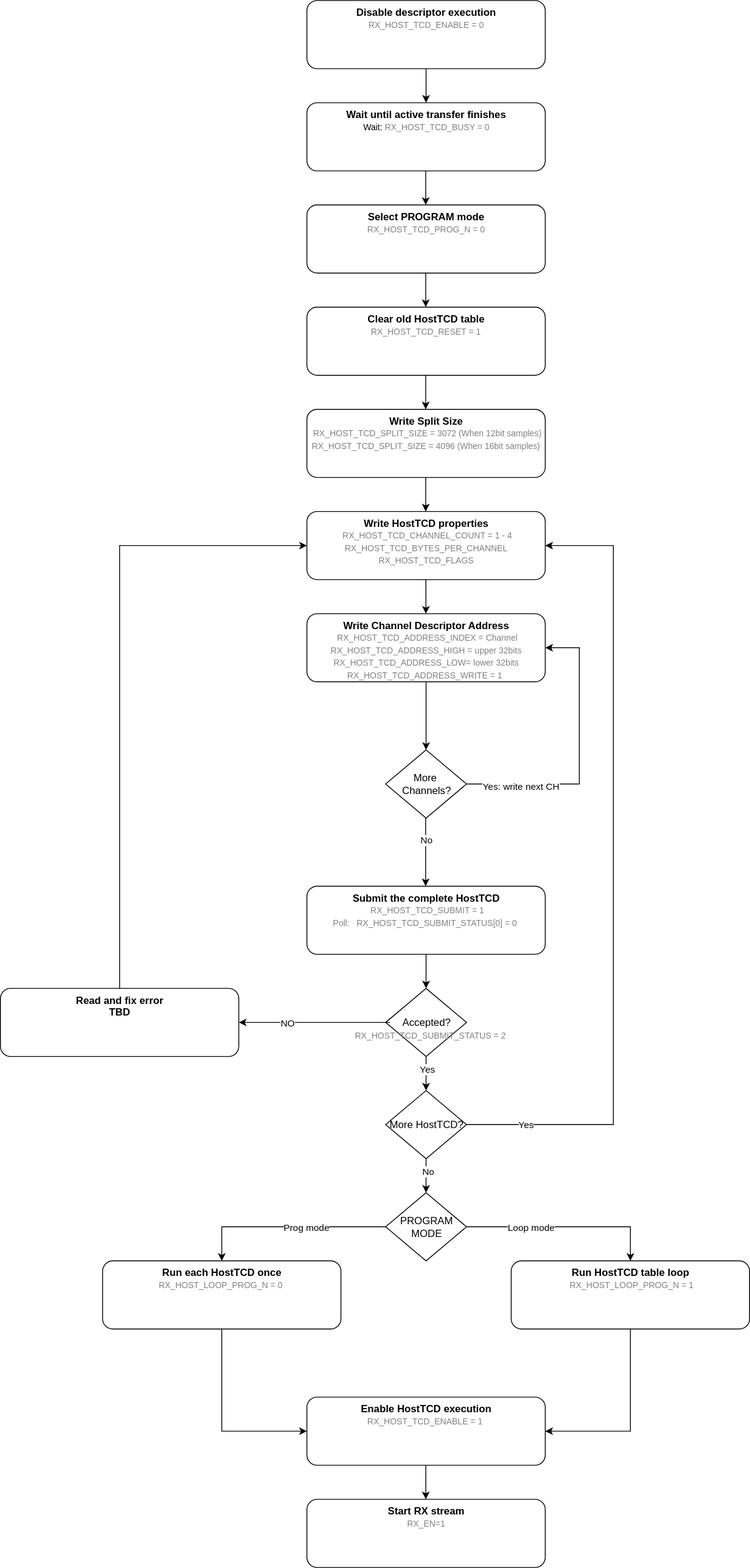
myriadrf/LimeDFB keeps this draw.io diagram as docs/images/host_tcd_rx/HostTCD_RX_submission.drawio.svg. Above is the earlier version. Source tidied: cells renumbered, new cells last; positions are measured from the earlier drawing's top-left corner, leaving out a move shared by most shapes.
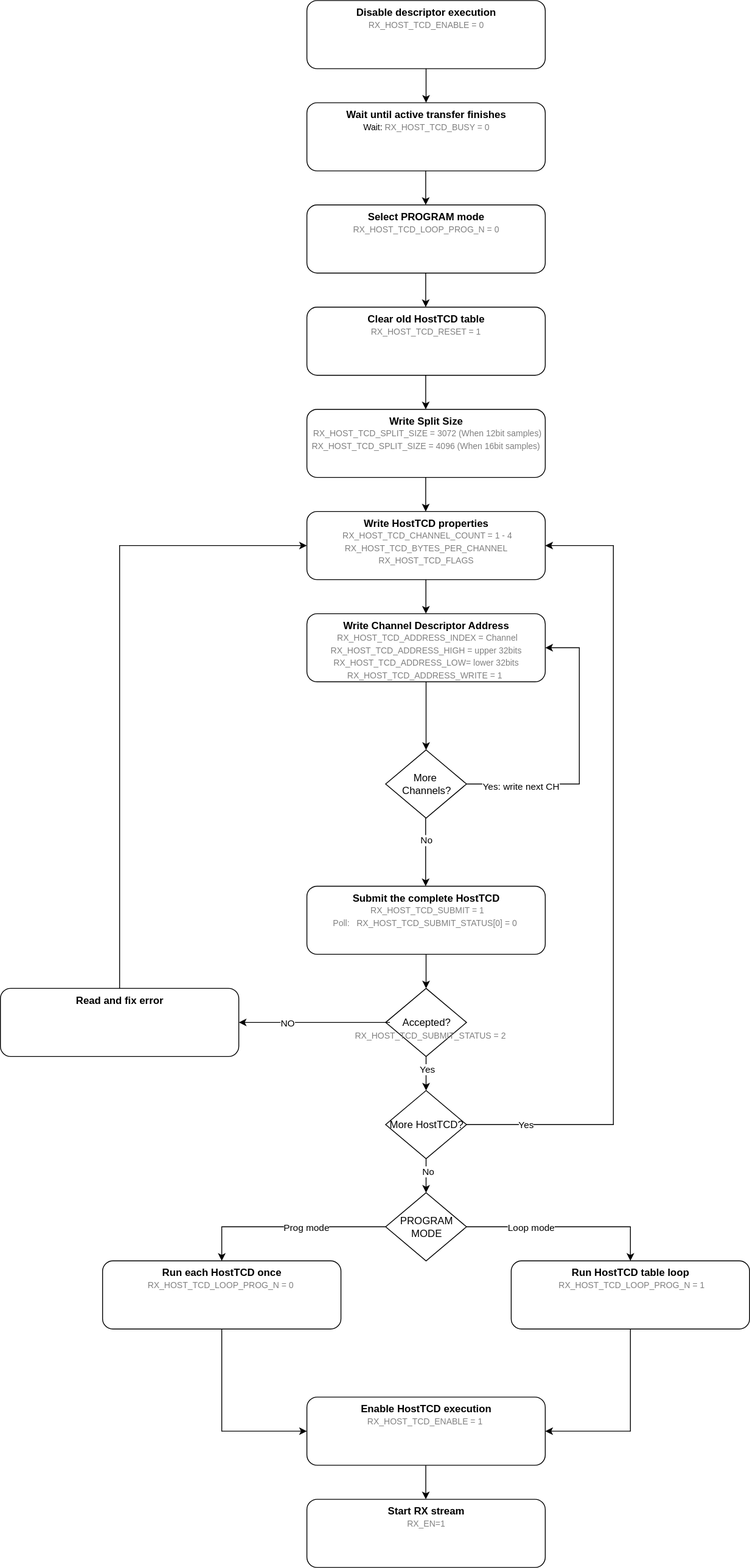
After the change.

Commit message:
docs: updated host_tcd_rx

What changed in the source:
```diff
@@ -8,7 +8,7 @@
     <mxCell id="3" value="&lt;b&gt;Wait until active transfer finishes&lt;/b&gt;&lt;div&gt;&amp;nbsp;&lt;font style=&quot;font-size: 10px;&quot;&gt;Wait:&amp;nbsp;&lt;font style=&quot;color: rgb(128, 128, 128);&quot;&gt;RX_HOST_TCD_BUSY = 0&lt;/font&gt;&amp;nbsp;&lt;/font&gt;&lt;/div&gt;" style="rounded=1;whiteSpace=wrap;html=1;verticalAlign=top;" parent="1" vertex="1">
       <mxGeometry x="360" y="120" width="280" height="80" as="geometry" />
     </mxCell>
-    <mxCell id="4" value="&lt;b&gt;Select PROGRAM mode&lt;/b&gt;&lt;div&gt;&lt;font style=&quot;font-size: 10px;&quot;&gt;&amp;nbsp;&lt;font style=&quot;color: rgb(128, 128, 128);&quot;&gt;RX_HOST_TCD_PROG_N = 0&lt;/font&gt;&amp;nbsp;&lt;/font&gt;&lt;/div&gt;" style="rounded=1;whiteSpace=wrap;html=1;verticalAlign=top;" parent="1" vertex="1">
+    <mxCell id="4" value="&lt;b&gt;Select PROGRAM mode&lt;/b&gt;&lt;div&gt;&lt;font style=&quot;font-size: 10px;&quot;&gt;&amp;nbsp;&lt;font style=&quot;color: rgb(128, 128, 128);&quot;&gt;RX_HOST_TCD_LOOP_PROG_N = 0&lt;/font&gt;&amp;nbsp;&lt;/font&gt;&lt;/div&gt;" style="rounded=1;whiteSpace=wrap;html=1;verticalAlign=top;" parent="1" vertex="1">
       <mxGeometry x="360" y="240" width="280" height="80" as="geometry" />
     </mxCell>
     <mxCell id="5" value="&lt;b&gt;Clear old HostTCD table&lt;/b&gt;&lt;div&gt;&lt;font style=&quot;font-size: 10px;&quot;&gt;&amp;nbsp;&lt;font style=&quot;color: rgb(128, 128, 128);&quot;&gt;RX_HOST_TCD_RESET = 1&lt;/font&gt;&lt;/font&gt;&amp;nbsp;&lt;/div&gt;" style="rounded=1;whiteSpace=wrap;html=1;verticalAlign=top;" parent="1" vertex="1">
@@ -61,7 +61,7 @@
     <mxCell id="18" value="&lt;span style=&quot;color: rgb(128, 128, 128); font-family: Helvetica; font-size: 10px; font-style: normal; font-variant-ligatures: normal; font-variant-caps: normal; font-weight: 400; letter-spacing: normal; orphans: 2; text-align: center; text-indent: 0px; text-transform: none; widows: 2; word-spacing: 0px; -webkit-text-stroke-width: 0px; white-space: normal; text-decoration-thickness: initial; text-decoration-style: initial; text-decoration-color: initial; float: none; display: inline !important;&quot;&gt;RX_HOST_TCD_SUBMIT_STATUS = 2&lt;/span&gt;" style="text;html=1;align=center;verticalAlign=middle;whiteSpace=wrap;rounded=0;" parent="1" vertex="1">
       <mxGeometry x="410" y="1200" width="190" height="30" as="geometry" />
     </mxCell>
-    <mxCell id="19" value="&lt;b&gt;Read and fix error&lt;br&gt;TBD&lt;/b&gt;" style="rounded=1;whiteSpace=wrap;html=1;verticalAlign=top;" parent="1" vertex="1">
+    <mxCell id="19" value="&lt;b&gt;Read and fix error&lt;br&gt;&lt;/b&gt;" style="rounded=1;whiteSpace=wrap;html=1;verticalAlign=top;" parent="1" vertex="1">
       <mxGeometry y="1160" width="280" height="80" as="geometry" />
     </mxCell>
     <mxCell id="20" style="endArrow=classic;html=1;rounded=0;exitX=0.25;exitY=0;exitDx=0;exitDy=0;entryX=1;entryY=0.5;entryDx=0;entryDy=0;" parent="1" edge="1" source="18" target="19">
@@ -96,10 +96,10 @@
     <mxCell id="28" value="PROGRAM MODE" style="rhombus;whiteSpace=wrap;html=1;" parent="1" vertex="1">
       <mxGeometry x="452.5" y="1400" width="95" height="80" as="geometry" />
     </mxCell>
-    <mxCell id="29" value="&lt;b&gt;Run each HostTCD once&lt;/b&gt;&lt;div&gt;&lt;font style=&quot;font-size: 10px;&quot;&gt;&amp;nbsp;&lt;font style=&quot;color: rgb(128, 128, 128);&quot;&gt;RX_HOST_LOOP_PROG_N = 0&amp;nbsp;&lt;/font&gt;&lt;/font&gt;&lt;span style=&quot;background-color: transparent; color: rgb(128, 128, 128); font-size: 10px;&quot;&gt;&amp;nbsp;&lt;/span&gt;&lt;/div&gt;" style="rounded=1;whiteSpace=wrap;html=1;verticalAlign=top;" parent="1" vertex="1">
+    <mxCell id="29" value="&lt;b&gt;Run each HostTCD once&lt;/b&gt;&lt;div&gt;&lt;font style=&quot;font-size: 10px;&quot;&gt;&amp;nbsp;&lt;font style=&quot;color: rgb(128, 128, 128);&quot;&gt;RX_HOST_TCD_LOOP_PROG_N = 0&amp;nbsp;&lt;/font&gt;&lt;/font&gt;&lt;span style=&quot;background-color: transparent; color: rgb(128, 128, 128); font-size: 10px;&quot;&gt;&amp;nbsp;&lt;/span&gt;&lt;/div&gt;" style="rounded=1;whiteSpace=wrap;html=1;verticalAlign=top;" parent="1" vertex="1">
       <mxGeometry x="120" y="1480" width="280" height="80" as="geometry" />
     </mxCell>
-    <mxCell id="30" value="&lt;b&gt;Run HostTCD table loop&lt;/b&gt;&lt;br&gt;&lt;div&gt;&lt;span style=&quot;font-size: 10px;&quot;&gt;&amp;nbsp;&lt;/span&gt;&lt;font style=&quot;font-size: 10px; color: rgb(128, 128, 128);&quot;&gt;RX_HOST_LOOP_PROG_N = 1&lt;/font&gt;&lt;/div&gt;" style="rounded=1;whiteSpace=wrap;html=1;verticalAlign=top;" parent="1" vertex="1">
+    <mxCell id="30" value="&lt;b&gt;Run HostTCD table loop&lt;/b&gt;&lt;br&gt;&lt;div&gt;&lt;span style=&quot;font-size: 10px;&quot;&gt;&amp;nbsp;&lt;/span&gt;&lt;font style=&quot;font-size: 10px; color: rgb(128, 128, 128);&quot;&gt;RX_HOST_TCD_LOOP_PROG_N = 1&lt;/font&gt;&lt;/div&gt;" style="rounded=1;whiteSpace=wrap;html=1;verticalAlign=top;" parent="1" vertex="1">
       <mxGeometry x="600" y="1480" width="280" height="80" as="geometry" />
     </mxCell>
     <mxCell id="31" style="endArrow=classic;html=1;rounded=0;exitX=0;exitY=0.5;exitDx=0;exitDy=0;entryX=0.5;entryY=0;entryDx=0;entryDy=0;edgeStyle=orthogonalEdgeStyle;" parent="1" edge="1" source="28" target="29">
```
